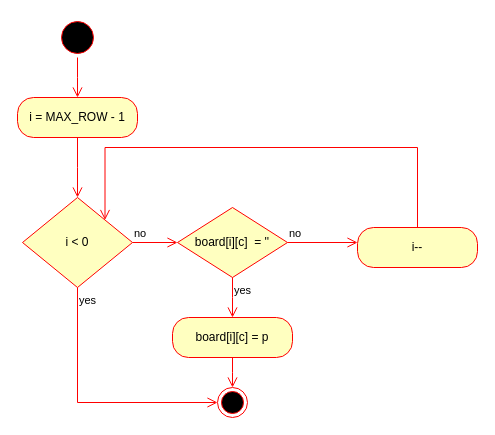
Above: DRAW_IO/placeToken_AD.drawio in c-tollison/extendedConnectX (draw.io), before the change. Source tidied: cells renumbered, new cells numbered last; positions are measured from the earlier drawing's top-left corner, leaving out a move shared by most shapes. Both pictures are drawn from the tidied source at 100%, with x=0, y=0 at pixel (17, 17).
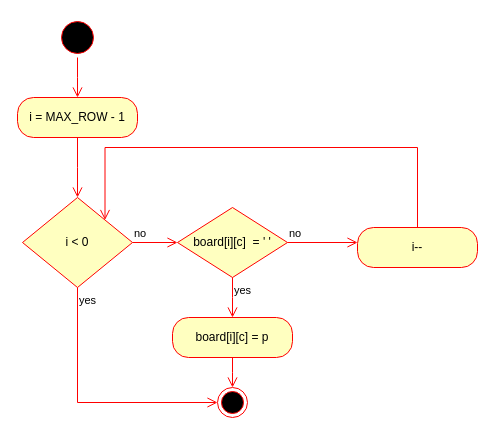
After the change.

The edit, as a diff of the source:
```diff
@@
-    <mxCell id="9" value="board[i][c]&amp;nbsp; = ''" style="rhombus;whiteSpace=wrap;html=1;fillColor=#ffffc0;strokeColor=#ff0000;" parent="1" vertex="1">
+    <mxCell id="9" value="board[i][c]&amp;nbsp; = ' '" style="rhombus;whiteSpace=wrap;html=1;fillColor=#ffffc0;strokeColor=#ff0000;" parent="1" vertex="1">
       <mxGeometry x="160" y="190" width="110" height="70" as="geometry" />
     </mxCell>
```
